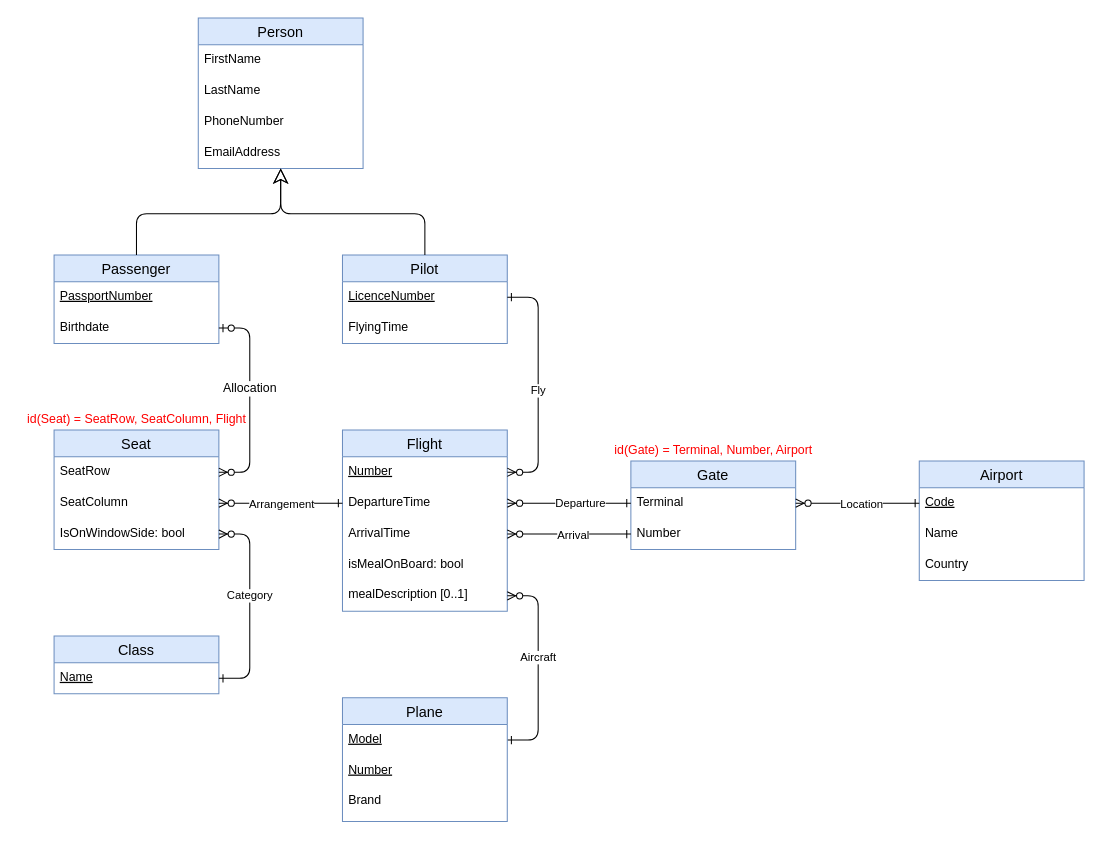
Above: FINAL/Schéma - Base de données .drawio in pauline-lr/Flight-manager (draw.io), before the change. Source tidied: cells renumbered, new cells numbered last; positions are measured from the earlier drawing's top-left corner, leaving out a move shared by most shapes. Both pictures are drawn from the tidied source at 103%, with x=0, y=0 at pixel (18, 18).
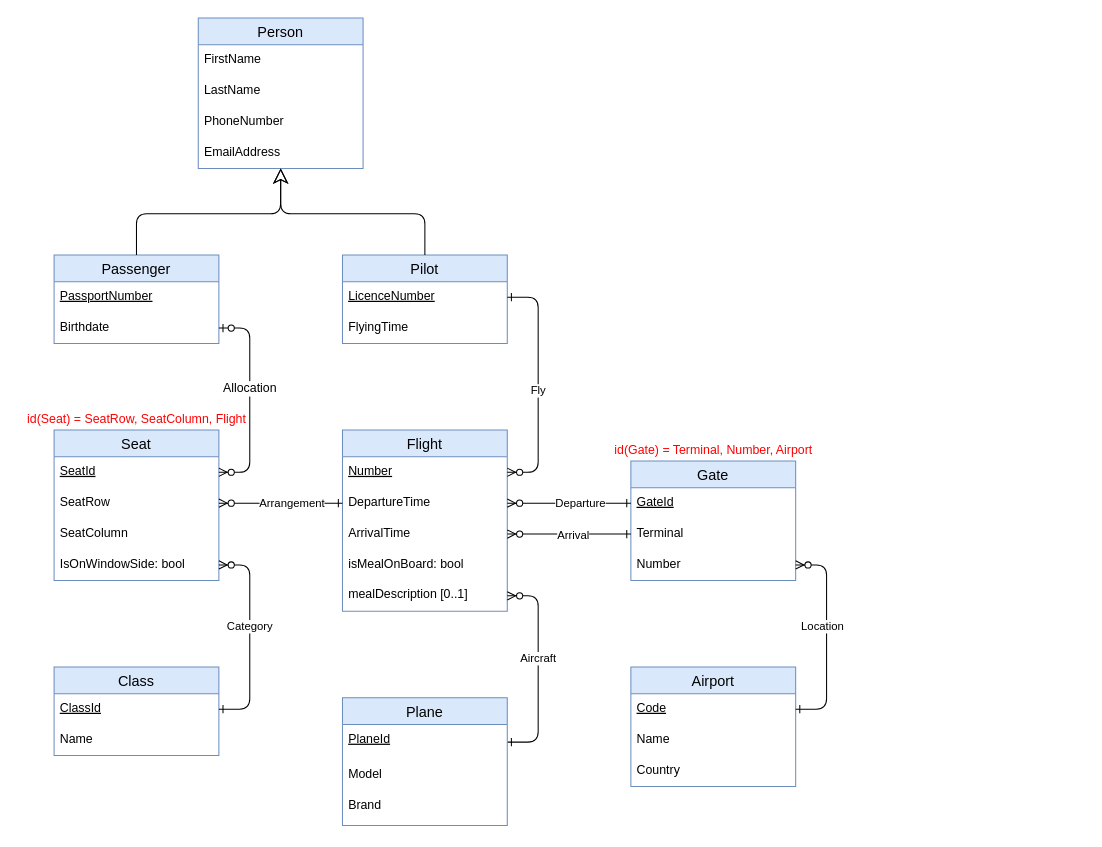
Above is the later version.

Unchanged cells that the change refers to:
```xml
<mxCell id="9" value="DepartureTime" style="text;strokeColor=none;fillColor=none;spacingLeft=4;spacingRight=4;overflow=hidden;points=[[0,0.5],[1,0.5]];portConstraint=eastwest;fontSize=12;" parent="7" vertex="1">
  <mxGeometry y="56" width="160" height="30" as="geometry" />
</mxCell>
<mxCell id="10" value="ArrivalTime" style="text;strokeColor=none;fillColor=none;spacingLeft=4;spacingRight=4;overflow=hidden;points=[[0,0.5],[1,0.5]];portConstraint=eastwest;fontSize=12;fontStyle=0;" parent="7" vertex="1">
  <mxGeometry y="86" width="160" height="30" as="geometry" />
</mxCell>
<mxCell id="12" value="mealDescription [0..1]" style="text;strokeColor=none;fillColor=none;spacingLeft=4;spacingRight=4;overflow=hidden;points=[[0,0.5],[1,0.5]];portConstraint=eastwest;fontSize=12;fontStyle=0;" parent="7" vertex="1">
  <mxGeometry y="146" width="160" height="30" as="geometry" />
</mxCell>
<mxCell id="15" value="Birthdate" style="text;strokeColor=none;fillColor=none;spacingLeft=4;spacingRight=4;overflow=hidden;points=[[0,0.5],[1,0.5]];portConstraint=eastwest;fontSize=12;" parent="13" vertex="1">
  <mxGeometry y="56" width="160" height="30" as="geometry" />
</mxCell>
<mxCell id="39" value="Code" style="text;strokeColor=none;fillColor=none;spacingLeft=4;spacingRight=4;overflow=hidden;points=[[0,0.5],[1,0.5]];portConstraint=eastwest;fontSize=12;fontStyle=4;" parent="38" vertex="1">
  <mxGeometry y="26" width="160" height="30" as="geometry" />
</mxCell>
```

Diff of the diagram source:
```diff
@@
     <mxCell id="2" value="Seat" style="swimlane;fontStyle=0;horizontal=1;startSize=26;align=center;fontSize=14;fillColor=#dae8fc;strokeColor=#6c8ebf;" parent="1" vertex="1">
-      <mxGeometry x="35" y="400" width="160" height="116" as="geometry" />
+      <mxGeometry x="35" y="400" width="160" height="146" as="geometry" />
     </mxCell>
+    <mxCell id="56" value="SeatId" style="text;strokeColor=none;fillColor=none;spacingLeft=4;spacingRight=4;overflow=hidden;points=[[0,0.5],[1,0.5]];portConstraint=eastwest;fontSize=12;fontStyle=4;" parent="2" vertex="1">
+      <mxGeometry y="26" width="160" height="30" as="geometry" />
+    </mxCell>
     <mxCell id="3" value="SeatRow" style="text;strokeColor=none;fillColor=none;spacingLeft=4;spacingRight=4;overflow=hidden;points=[[0,0.5],[1,0.5]];portConstraint=eastwest;fontSize=12;fontStyle=0;" parent="2" vertex="1">
-      <mxGeometry y="26" width="160" height="30" as="geometry" />
+      <mxGeometry y="56" width="160" height="30" as="geometry" />
     </mxCell>
     <mxCell id="4" value="SeatColumn" style="text;strokeColor=none;fillColor=none;spacingLeft=4;spacingRight=4;overflow=hidden;points=[[0,0.5],[1,0.5]];portConstraint=eastwest;fontSize=12;fontStyle=0;" parent="2" vertex="1">
-      <mxGeometry y="56" width="160" height="30" as="geometry" />
+      <mxGeometry y="86" width="160" height="30" as="geometry" />
     </mxCell>
     <mxCell id="5" value="IsOnWindowSide: bool" style="text;strokeColor=none;fillColor=none;spacingLeft=4;spacingRight=4;overflow=hidden;points=[[0,0.5],[1,0.5]];portConstraint=eastwest;fontSize=12;" parent="2" vertex="1">
-      <mxGeometry y="86" width="160" height="30" as="geometry" />
+      <mxGeometry y="116" width="160" height="30" as="geometry" />
     </mxCell>
@@
     <mxCell id="19" value="Gate" style="swimlane;fontStyle=0;horizontal=1;startSize=26;align=center;fontSize=14;fillColor=#dae8fc;strokeColor=#6c8ebf;" parent="1" vertex="1">
-      <mxGeometry x="595" y="430" width="160" height="86" as="geometry" />
+      <mxGeometry x="595" y="430" width="160" height="116" as="geometry" />
     </mxCell>
+    <mxCell id="57" value="GateId" style="text;strokeColor=none;fillColor=none;spacingLeft=4;spacingRight=4;overflow=hidden;points=[[0,0.5],[1,0.5]];portConstraint=eastwest;fontSize=12;fontStyle=4;" parent="19" vertex="1">
+      <mxGeometry y="26" width="160" height="30" as="geometry" />
+    </mxCell>
     <mxCell id="20" value="Terminal" style="text;strokeColor=none;fillColor=none;spacingLeft=4;spacingRight=4;overflow=hidden;points=[[0,0.5],[1,0.5]];portConstraint=eastwest;fontSize=12;fontStyle=0;" parent="19" vertex="1">
-      <mxGeometry y="26" width="160" height="30" as="geometry" />
+      <mxGeometry y="56" width="160" height="30" as="geometry" />
     </mxCell>
     <mxCell id="21" value="Number" style="text;strokeColor=none;fillColor=none;spacingLeft=4;spacingRight=4;overflow=hidden;points=[[0,0.5],[1,0.5]];portConstraint=eastwest;fontSize=12;fontStyle=0;" parent="19" vertex="1">
-      <mxGeometry y="56" width="160" height="30" as="geometry" />
+      <mxGeometry y="86" width="160" height="30" as="geometry" />
     </mxCell>
-    <mxCell id="22" value="Allocation" style="edgeStyle=entityRelationEdgeStyle;fontSize=12;html=1;endArrow=ERzeroToMany;endFill=1;startArrow=ERzeroToOne;startFill=1;" parent="1" edge="1" source="15" target="3">
+    <mxCell id="22" value="Allocation" style="edgeStyle=entityRelationEdgeStyle;fontSize=12;html=1;endArrow=ERzeroToMany;endFill=1;startArrow=ERzeroToOne;startFill=1;" parent="1" edge="1" source="15" target="56">
       <mxGeometry x="-0.11" relative="1" as="geometry" />
     </mxCell>
-    <mxCell id="23" style="edgeStyle=entityRelationEdgeStyle;fontSize=12;html=1;endArrow=ERzeroToMany;endFill=1;startArrow=ERone;startFill=0;" parent="1" edge="1" source="9" target="4">
+    <mxCell id="23" style="edgeStyle=entityRelationEdgeStyle;fontSize=12;html=1;endArrow=ERzeroToMany;endFill=1;startArrow=ERone;startFill=0;" parent="1" edge="1" source="9" target="3">
       <mxGeometry relative="1" as="geometry" />
     </mxCell>
     <mxCell id="24" value="Arrangement" style="edgeLabel;html=1;align=center;verticalAlign=middle;" parent="23" vertex="1">
       <mxGeometry x="-0.08" y="1" relative="1" as="geometry">
-        <mxPoint x="-5" y="-1" as="offset" />
+        <mxPoint x="5" y="-2" as="offset" />
       </mxGeometry>
     </mxCell>
@@
-    <mxCell id="27" style="edgeStyle=entityRelationEdgeStyle;fontSize=12;html=1;endArrow=ERzeroToMany;endFill=1;startArrow=ERone;startFill=0;" parent="1" edge="1" source="20" target="9">
+    <mxCell id="27" style="edgeStyle=entityRelationEdgeStyle;fontSize=12;html=1;endArrow=ERzeroToMany;endFill=1;startArrow=ERone;startFill=0;" parent="1" edge="1" source="57" target="9">
       <mxGeometry relative="1" as="geometry" />
     </mxCell>
@@
-    <mxCell id="29" style="edgeStyle=entityRelationEdgeStyle;fontSize=12;html=1;endArrow=ERzeroToMany;endFill=1;startArrow=ERone;startFill=0;" parent="1" edge="1" source="21" target="10">
+    <mxCell id="29" style="edgeStyle=entityRelationEdgeStyle;fontSize=12;html=1;endArrow=ERzeroToMany;endFill=1;startArrow=ERone;startFill=0;" parent="1" edge="1" source="20" target="10">
       <mxGeometry relative="1" as="geometry" />
     </mxCell>
@@
-    <mxCell id="32" style="edgeStyle=entityRelationEdgeStyle;fontSize=12;html=1;endArrow=ERzeroToMany;endFill=1;startArrow=ERone;startFill=0;" parent="1" edge="1" source="46" target="12">
+    <mxCell id="32" style="edgeStyle=entityRelationEdgeStyle;fontSize=12;html=1;endArrow=ERzeroToMany;endFill=1;startArrow=ERone;startFill=0;" parent="1" edge="1" source="59" target="12">
       <mxGeometry relative="1" as="geometry" />
     </mxCell>
@@
     <mxCell id="34" value="Class" style="swimlane;fontStyle=0;horizontal=1;startSize=26;align=center;fontSize=14;fillColor=#dae8fc;strokeColor=#6c8ebf;" parent="1" vertex="1">
-      <mxGeometry x="35" y="600" width="160" height="56" as="geometry" />
+      <mxGeometry x="35" y="630" width="160" height="86" as="geometry" />
     </mxCell>
+    <mxCell id="58" value="ClassId" style="text;strokeColor=none;fillColor=none;spacingLeft=4;spacingRight=4;overflow=hidden;points=[[0,0.5],[1,0.5]];portConstraint=eastwest;fontSize=12;fontStyle=4;" parent="34" vertex="1">
+      <mxGeometry y="26" width="160" height="30" as="geometry" />
+    </mxCell>
-    <mxCell id="35" value="Name" style="text;strokeColor=none;fillColor=none;spacingLeft=4;spacingRight=4;overflow=hidden;points=[[0,0.5],[1,0.5]];portConstraint=eastwest;fontSize=12;fontStyle=4;" parent="34" vertex="1">
-      <mxGeometry y="26" width="160" height="30" as="geometry" />
+    <mxCell id="35" value="Name" style="text;strokeColor=none;fillColor=none;spacingLeft=4;spacingRight=4;overflow=hidden;points=[[0,0.5],[1,0.5]];portConstraint=eastwest;fontSize=12;fontStyle=0;" parent="34" vertex="1">
+      <mxGeometry y="56" width="160" height="30" as="geometry" />
     </mxCell>
-    <mxCell id="36" style="edgeStyle=entityRelationEdgeStyle;fontSize=12;html=1;endArrow=ERzeroToMany;endFill=1;startArrow=ERone;startFill=0;" parent="1" edge="1" source="35" target="5">
+    <mxCell id="36" style="edgeStyle=entityRelationEdgeStyle;fontSize=12;html=1;endArrow=ERzeroToMany;endFill=1;startArrow=ERone;startFill=0;" parent="1" edge="1" source="58" target="5">
       <mxGeometry relative="1" as="geometry" />
     </mxCell>
@@
     <mxCell id="38" value="Airport" style="swimlane;fontStyle=0;horizontal=1;startSize=26;align=center;fontSize=14;fillColor=#dae8fc;strokeColor=#6c8ebf;" parent="1" vertex="1">
-      <mxGeometry x="875" y="430" width="160" height="116" as="geometry" />
+      <mxGeometry x="595" y="630" width="160" height="116" as="geometry" />
     </mxCell>
@@
-    <mxCell id="42" style="edgeStyle=entityRelationEdgeStyle;fontSize=12;html=1;endArrow=ERzeroToMany;endFill=1;startArrow=ERone;startFill=0;" parent="1" edge="1" source="39" target="20">
+    <mxCell id="42" style="edgeStyle=entityRelationEdgeStyle;fontSize=12;html=1;endArrow=ERzeroToMany;endFill=1;startArrow=ERone;startFill=0;" parent="1" edge="1" source="39" target="21">
       <mxGeometry relative="1" as="geometry" />
     </mxCell>
     <mxCell id="43" value="Location" style="edgeLabel;html=1;align=center;verticalAlign=middle;" parent="42" vertex="1">
       <mxGeometry x="0.03" y="-1" relative="1" as="geometry">
-        <mxPoint x="5" y="1" as="offset" />
+        <mxPoint x="-6" y="-8" as="offset" />
       </mxGeometry>
     </mxCell>
@@
     <mxCell id="45" value="Plane" style="swimlane;fontStyle=0;horizontal=1;startSize=26;align=center;fontSize=14;fillColor=#dae8fc;strokeColor=#6c8ebf;" parent="1" vertex="1">
-      <mxGeometry x="315" y="660" width="160" height="120" as="geometry" />
+      <mxGeometry x="315" y="660" width="160" height="124" as="geometry" />
     </mxCell>
+    <mxCell id="59" value="PlaneId" style="text;strokeColor=none;fillColor=none;spacingLeft=4;spacingRight=4;overflow=hidden;points=[[0,0.5],[1,0.5]];portConstraint=eastwest;fontSize=12;fontStyle=4;" parent="45" vertex="1">
+      <mxGeometry y="26" width="160" height="34" as="geometry" />
+    </mxCell>
-    <mxCell id="46" value="Model" style="text;strokeColor=none;fillColor=none;spacingLeft=4;spacingRight=4;overflow=hidden;points=[[0,0.5],[1,0.5]];portConstraint=eastwest;fontSize=12;fontStyle=4;" parent="45" vertex="1">
-      <mxGeometry y="26" width="160" height="30" as="geometry" />
+    <mxCell id="46" value="Model" style="text;strokeColor=none;fillColor=none;spacingLeft=4;spacingRight=4;overflow=hidden;points=[[0,0.5],[1,0.5]];portConstraint=eastwest;fontSize=12;fontStyle=0;" parent="45" vertex="1">
+      <mxGeometry y="60" width="160" height="30" as="geometry" />
     </mxCell>
-    <mxCell id="47" value="Number" style="text;strokeColor=none;fillColor=none;spacingLeft=4;spacingRight=4;overflow=hidden;fontSize=12;fontStyle=4;" parent="45" vertex="1">
-      <mxGeometry y="56" width="160" height="30" as="geometry" />
-    </mxCell>
     <mxCell id="48" value="Brand" style="text;strokeColor=none;fillColor=none;spacingLeft=4;spacingRight=4;overflow=hidden;fontSize=12;" parent="45" vertex="1">
-      <mxGeometry y="86" width="160" height="34" as="geometry" />
+      <mxGeometry y="90" width="160" height="34" as="geometry" />
     </mxCell>
```
